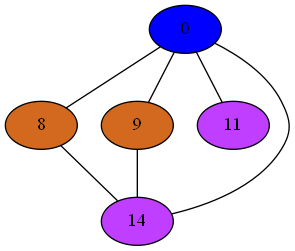
Above: Compiler/8iGraph.png in mbajaj92/Project-Astoria (Graphviz), before the change. Its source is kept beside it as Compiler/8iGraph.dot.
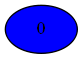
The same diagram one commit later.

What changed in the source:
```diff
@@ -1,19 +1,3 @@
 strict graph {
 0[label="0" style=filled fillcolor="blue1"];
-0 -- 8
-0 -- 9
-0 -- 11
-0 -- 14
-8[label="8" style=filled fillcolor="chocolate"];
-8 -- 0
-8 -- 14
-9[label="9" style=filled fillcolor="chocolate"];
-9 -- 0
-9 -- 14
-11[label="11" style=filled fillcolor="darkorchid1"];
-11 -- 0
-14[label="14" style=filled fillcolor="darkorchid1"];
-14 -- 0
-14 -- 8
-14 -- 9
 }
```
